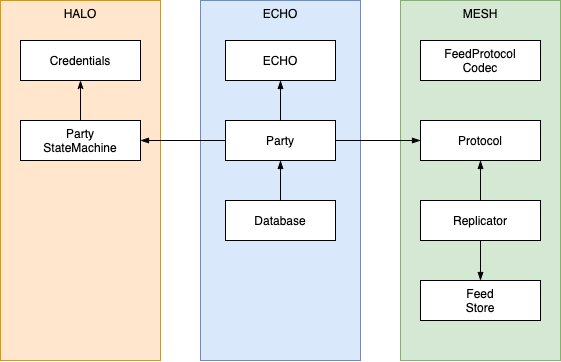
Before: docs/content/diagrams/dependencies.png, a diagram exported from draw.io (dxos/dxos). Source tidied: cells renumbered, new cells last; positions are measured from the earlier drawing's top-left corner, leaving out a move shared by most shapes.
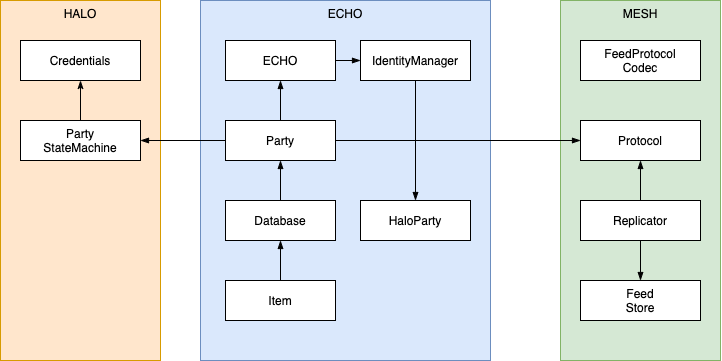
The same diagram one commit later.

What changed in the source:
```diff
@@ -3,13 +3,13 @@
     <mxCell id="0" />
     <mxCell id="1" parent="0" />
     <mxCell id="2" value="MESH" style="rounded=0;whiteSpace=wrap;html=1;verticalAlign=top;fillColor=#d5e8d4;strokeColor=#82b366;" parent="1" vertex="1">
-      <mxGeometry x="400" width="160" height="360" as="geometry" />
+      <mxGeometry x="560" width="160" height="360" as="geometry" />
     </mxCell>
     <mxCell id="3" value="HALO" style="rounded=0;whiteSpace=wrap;html=1;verticalAlign=top;fillColor=#ffe6cc;strokeColor=#d79b00;" parent="1" vertex="1">
       <mxGeometry width="160" height="360" as="geometry" />
     </mxCell>
     <mxCell id="4" value="ECHO" style="rounded=0;whiteSpace=wrap;html=1;verticalAlign=top;fillColor=#dae8fc;strokeColor=#6c8ebf;" parent="1" vertex="1">
-      <mxGeometry x="200" width="160" height="360" as="geometry" />
+      <mxGeometry x="200" width="290" height="360" as="geometry" />
     </mxCell>
     <mxCell id="5" style="edgeStyle=orthogonalEdgeStyle;rounded=0;jettySize=auto;html=1;exitX=0.5;exitY=0;exitDx=0;exitDy=0;endArrow=classicThin;endFill=1;" parent="1" edge="1" source="6" target="20">
       <mxGeometry relative="1" as="geometry" />
@@ -17,6 +17,9 @@
     <mxCell id="6" value="Party&lt;br&gt;StateMachine" style="rounded=0;whiteSpace=wrap;html=1;" parent="1" vertex="1">
       <mxGeometry x="20" y="120" width="120" height="40" as="geometry" />
     </mxCell>
+    <mxCell id="21" style="edgeStyle=orthogonalEdgeStyle;rounded=0;jettySize=auto;html=1;exitX=1;exitY=0.5;exitDx=0;exitDy=0;entryX=0;entryY=0.5;entryDx=0;entryDy=0;endArrow=blockThin;endFill=1;" parent="1" edge="1" source="7" target="25">
+      <mxGeometry relative="1" as="geometry" />
+    </mxCell>
     <mxCell id="7" value="ECHO" style="rounded=0;whiteSpace=wrap;html=1;" parent="1" vertex="1">
       <mxGeometry x="225" y="40" width="110" height="40" as="geometry" />
     </mxCell>
@@ -33,10 +36,10 @@
       <mxGeometry x="225" y="120" width="110" height="40" as="geometry" />
     </mxCell>
     <mxCell id="12" value="FeedProtocol&lt;br&gt;Codec" style="rounded=0;whiteSpace=wrap;html=1;" parent="1" vertex="1">
-      <mxGeometry x="420" y="40" width="120" height="40" as="geometry" />
+      <mxGeometry x="580" y="40" width="120" height="40" as="geometry" />
     </mxCell>
     <mxCell id="13" value="Protocol" style="rounded=0;whiteSpace=wrap;html=1;" parent="1" vertex="1">
-      <mxGeometry x="420" y="120" width="120" height="40" as="geometry" />
+      <mxGeometry x="580" y="120" width="120" height="40" as="geometry" />
     </mxCell>
     <mxCell id="14" style="edgeStyle=orthogonalEdgeStyle;rounded=0;jettySize=auto;html=1;exitX=0.5;exitY=0;exitDx=0;exitDy=0;entryX=0.5;entryY=1;entryDx=0;entryDy=0;endArrow=blockThin;endFill=1;" parent="1" edge="1" source="16" target="13">
       <mxGeometry relative="1" as="geometry" />
@@ -45,10 +48,10 @@
       <mxGeometry relative="1" as="geometry" />
     </mxCell>
     <mxCell id="16" value="Replicator" style="rounded=0;whiteSpace=wrap;html=1;" parent="1" vertex="1">
-      <mxGeometry x="420" y="200" width="120" height="40" as="geometry" />
+      <mxGeometry x="580" y="200" width="120" height="40" as="geometry" />
     </mxCell>
     <mxCell id="17" value="Feed&lt;br&gt;Store" style="rounded=0;whiteSpace=wrap;html=1;" parent="1" vertex="1">
-      <mxGeometry x="420" y="280" width="120" height="40" as="geometry" />
+      <mxGeometry x="580" y="280" width="120" height="40" as="geometry" />
     </mxCell>
     <mxCell id="18" style="edgeStyle=orthogonalEdgeStyle;rounded=0;jettySize=auto;html=1;exitX=0.5;exitY=0;exitDx=0;exitDy=0;entryX=0.5;entryY=1;entryDx=0;entryDy=0;endArrow=blockThin;endFill=1;" parent="1" edge="1" source="19" target="11">
       <mxGeometry relative="1" as="geometry" />
@@ -59,5 +62,20 @@
     <mxCell id="20" value="Credentials" style="rounded=0;whiteSpace=wrap;html=1;" parent="1" vertex="1">
       <mxGeometry x="20" y="40" width="120" height="40" as="geometry" />
     </mxCell>
+    <mxCell id="22" style="edgeStyle=orthogonalEdgeStyle;rounded=0;jettySize=auto;html=1;exitX=0.5;exitY=0;exitDx=0;exitDy=0;entryX=0.5;entryY=1;entryDx=0;entryDy=0;endArrow=blockThin;endFill=1;" parent="1" edge="1" source="23" target="19">
+      <mxGeometry relative="1" as="geometry" />
+    </mxCell>
+    <mxCell id="23" value="Item" style="rounded=0;whiteSpace=wrap;html=1;" parent="1" vertex="1">
+      <mxGeometry x="225" y="280" width="110" height="40" as="geometry" />
+    </mxCell>
+    <mxCell id="24" style="edgeStyle=orthogonalEdgeStyle;rounded=0;jettySize=auto;html=1;exitX=0.5;exitY=1;exitDx=0;exitDy=0;entryX=0.5;entryY=0;entryDx=0;entryDy=0;endArrow=blockThin;endFill=1;" parent="1" edge="1" source="25" target="26">
+      <mxGeometry relative="1" as="geometry" />
+    </mxCell>
+    <mxCell id="25" value="IdentityManager" style="rounded=0;whiteSpace=wrap;html=1;" parent="1" vertex="1">
+      <mxGeometry x="360" y="40" width="110" height="40" as="geometry" />
+    </mxCell>
+    <mxCell id="26" value="HaloParty" style="rounded=0;whiteSpace=wrap;html=1;" parent="1" vertex="1">
+      <mxGeometry x="360" y="200" width="110" height="40" as="geometry" />
+    </mxCell>
   </root>
 </mxGraphModel>
```
